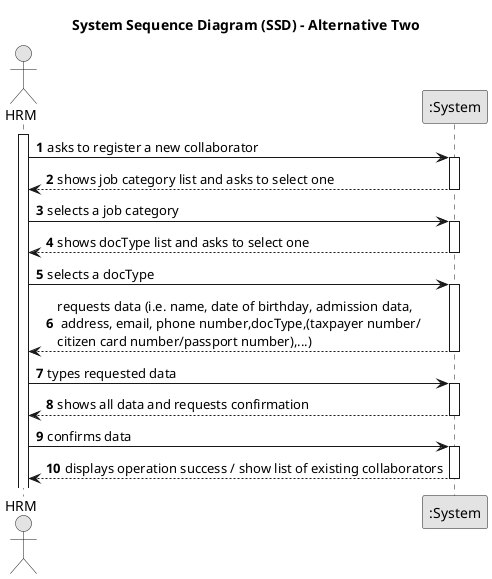
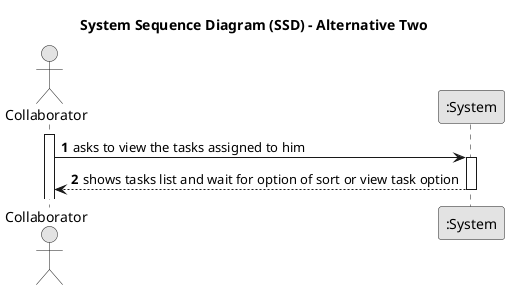
@startuml
skinparam monochrome true
skinparam packageStyle rectangle
skinparam shadowing false

title System Sequence Diagram (SSD) - Alternative Two

autonumber

- actor "HRM" as Manager
+ actor "Collaborator" as Collaborator
participant ":System" as System

- activate Manager
+ activate Collaborator

-     Manager -> System : asks to register a new collaborator
+     Collaborator -> System : asks to view the tasks assigned to him
    activate System

-         System --> Manager : shows job category list and asks to select one
+         System --> Collaborator : shows tasks list and wait for option of sort or view task option
    deactivate System

-     Manager -> System : selects a job category
-     activate System
- 
-      System --> Manager : shows docType list and asks to select one
-         deactivate System
- 
-         Manager -> System : selects a docType
-         activate System
- 
-         System --> Manager : requests data (i.e. name, date of birthday, admission data,\n address, email, phone number,docType,(taxpayer number/\ncitizen card number/passport number),...)
-     deactivate System
- 
-     Manager -> System : types requested data
-     activate System
- 
-         System --> Manager :shows all data and requests confirmation
-     deactivate System
- 
-     Manager -> System : confirms data
-     activate System
- 
-         System --> Manager : displays operation success / show list of existing collaborators
-     deactivate System
@enduml